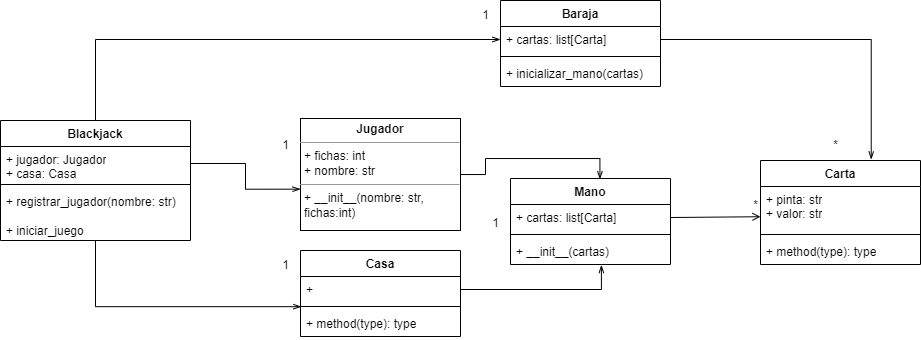
Earlier version of the draw.io export uml.drawio.png (SebasRussi/Actividadderepaso). Source tidied: cells renumbered, new cells last; positions are measured from the earlier drawing's top-left corner, leaving out a move shared by most shapes.
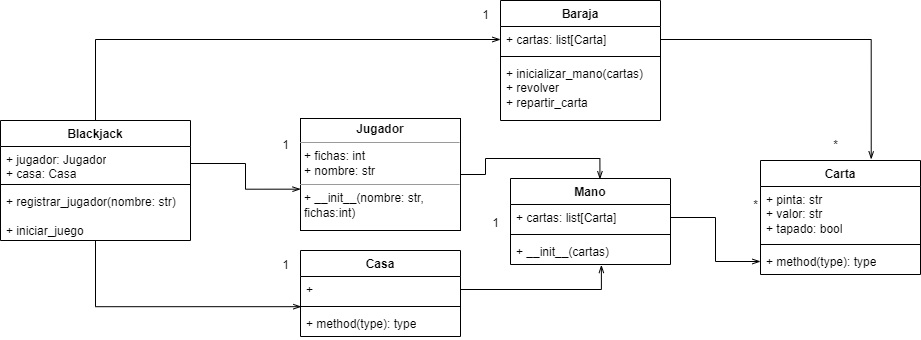
The same file after the commit.

Diff of the diagram source:
```diff
@@ -27,16 +27,16 @@
       <mxGeometry y="68" width="190" height="52" as="geometry" />
     </mxCell>
     <mxCell id="10" value="Carta" style="swimlane;fontStyle=1;align=center;verticalAlign=top;horizontal=1;startSize=26;whiteSpace=wrap;html=1;" parent="1" vertex="1">
-      <mxGeometry x="760" y="160" width="160" height="104" as="geometry" />
+      <mxGeometry x="760" y="160" width="160" height="114" as="geometry" />
     </mxCell>
-    <mxCell id="11" value="+ pinta: str&lt;br&gt;+ valor: str" style="text;strokeColor=none;fillColor=none;align=left;verticalAlign=top;spacingLeft=4;spacingRight=4;overflow=hidden;points=[[0,0.5],[1,0.5]];portConstraint=eastwest;whiteSpace=wrap;html=1;" parent="10" vertex="1">
-      <mxGeometry y="26" width="160" height="44" as="geometry" />
+    <mxCell id="11" value="+ pinta: str&lt;br&gt;+ valor: str&lt;br&gt;+ tapado: bool" style="text;strokeColor=none;fillColor=none;align=left;verticalAlign=top;spacingLeft=4;spacingRight=4;overflow=hidden;points=[[0,0.5],[1,0.5]];portConstraint=eastwest;whiteSpace=wrap;html=1;" parent="10" vertex="1">
+      <mxGeometry y="26" width="160" height="54" as="geometry" />
     </mxCell>
     <mxCell id="12" style="line;strokeWidth=1;fillColor=none;align=left;verticalAlign=middle;spacingTop=-1;spacingLeft=3;spacingRight=3;labelPosition=right;strokeColor=inherit;" parent="10" vertex="1">
-      <mxGeometry y="70" width="160" height="8" as="geometry" />
+      <mxGeometry y="80" width="160" height="8" as="geometry" />
     </mxCell>
     <mxCell id="13" value="+ method(type): type" style="text;strokeColor=none;fillColor=none;align=left;verticalAlign=top;spacingLeft=4;spacingRight=4;overflow=hidden;points=[[0,0.5],[1,0.5]];portConstraint=eastwest;whiteSpace=wrap;html=1;" parent="10" vertex="1">
-      <mxGeometry y="78" width="160" height="26" as="geometry" />
+      <mxGeometry y="88" width="160" height="26" as="geometry" />
     </mxCell>
     <mxCell id="14" value="Casa" style="swimlane;fontStyle=1;align=center;verticalAlign=top;horizontal=1;startSize=26;whiteSpace=wrap;html=1;" parent="1" vertex="1">
       <mxGeometry x="300" y="250" width="160" height="86" as="geometry" />
@@ -63,7 +63,7 @@
       <mxGeometry y="60" width="160" height="26" as="geometry" />
     </mxCell>
     <mxCell id="22" value="Baraja" style="swimlane;fontStyle=1;align=center;verticalAlign=top;horizontal=1;startSize=26;whiteSpace=wrap;html=1;" parent="1" vertex="1">
-      <mxGeometry x="500" width="160" height="86" as="geometry" />
+      <mxGeometry x="500" width="160" height="120" as="geometry" />
     </mxCell>
     <mxCell id="23" value="+ cartas: list[Carta]" style="text;strokeColor=none;fillColor=none;align=left;verticalAlign=top;spacingLeft=4;spacingRight=4;overflow=hidden;points=[[0,0.5],[1,0.5]];portConstraint=eastwest;whiteSpace=wrap;html=1;" parent="22" vertex="1">
       <mxGeometry y="26" width="160" height="26" as="geometry" />
@@ -71,12 +71,9 @@
     <mxCell id="24" style="line;strokeWidth=1;fillColor=none;align=left;verticalAlign=middle;spacingTop=-1;spacingLeft=3;spacingRight=3;labelPosition=right;strokeColor=inherit;" parent="22" vertex="1">
       <mxGeometry y="52" width="160" height="8" as="geometry" />
     </mxCell>
-    <mxCell id="25" value="+ inicializar_mano(cartas)" style="text;strokeColor=none;fillColor=none;align=left;verticalAlign=top;spacingLeft=4;spacingRight=4;overflow=hidden;whiteSpace=wrap;html=1;" parent="22" vertex="1">
-      <mxGeometry y="60" width="160" height="26" as="geometry" />
+    <mxCell id="25" value="+ inicializar_mano(cartas)&lt;br&gt;+ revolver&lt;br&gt;+ repartir_carta" style="text;strokeColor=none;fillColor=none;align=left;verticalAlign=top;spacingLeft=4;spacingRight=4;overflow=hidden;whiteSpace=wrap;html=1;" parent="22" vertex="1">
+      <mxGeometry y="60" width="160" height="60" as="geometry" />
     </mxCell>
-    <mxCell id="26" style="endArrow=open;html=1;rounded=0;endFill=0;exitX=1;exitY=0.5;exitDx=0;exitDy=0;entryX=0;entryY=0.687;entryDx=0;entryDy=0;entryPerimeter=0;" parent="1" edge="1" source="19" target="11">
-      <mxGeometry relative="1" as="geometry" />
-    </mxCell>
     <mxCell id="27" value="*" style="text;html=1;align=center;verticalAlign=middle;strokeColor=none;fillColor=none;" parent="1" vertex="1">
       <mxGeometry x="740" y="190" width="30" height="30" as="geometry" />
     </mxCell>
@@ -104,5 +101,8 @@
     <mxCell id="35" style="edgeStyle=orthogonalEdgeStyle;rounded=0;jettySize=auto;html=1;entryX=0.692;entryY=-0.01;entryDx=0;entryDy=0;entryPerimeter=0;endArrow=openThin;endFill=0;" parent="1" edge="1" source="23" target="10">
       <mxGeometry relative="1" as="geometry" />
     </mxCell>
+    <mxCell id="36" style="edgeStyle=orthogonalEdgeStyle;rounded=0;jettySize=auto;html=1;entryX=0;entryY=0.5;entryDx=0;entryDy=0;endArrow=openThin;endFill=0;" parent="1" edge="1" source="19" target="13">
+      <mxGeometry relative="1" as="geometry" />
+    </mxCell>
   </root>
 </mxGraphModel>
```
